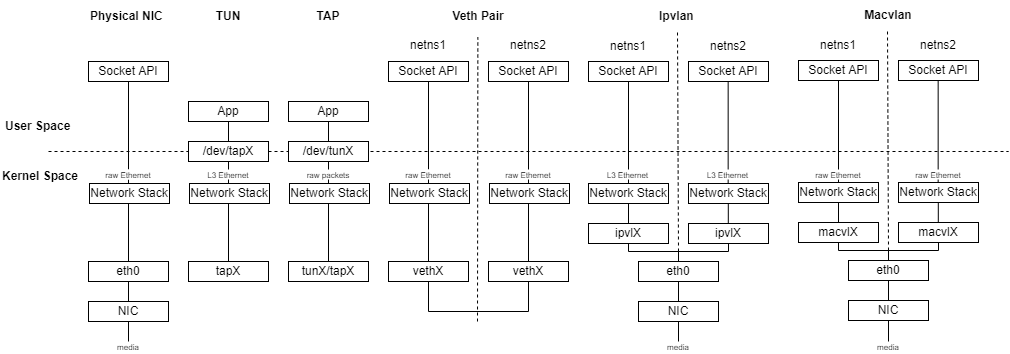
Above: media/container_network.drawio.png in davideandres95/Performance_models_of_container_networks (draw.io), before the change. Source tidied: cells renumbered, new cells last; positions are measured from the earlier drawing's top-left corner, leaving out a move shared by most shapes.
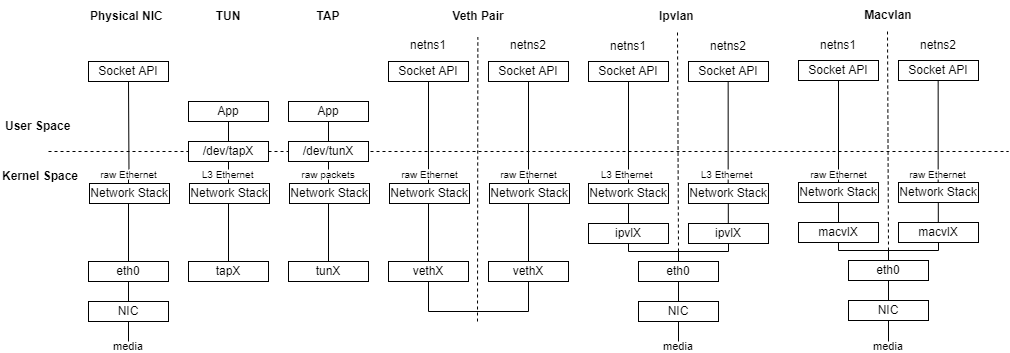
After the commit.

Change to the diagram source:
```diff
@@ -14,10 +14,12 @@
     <mxCell id="5" style="endArrow=none;html=1;rounded=0;entryX=0.5;entryY=1;entryDx=0;entryDy=0;exitX=0.5;exitY=0;exitDx=0;exitDy=0;" parent="1" edge="1" source="22" target="24">
       <mxGeometry relative="1" as="geometry" />
     </mxCell>
-    <mxCell id="6" style="endArrow=none;html=1;rounded=0;entryX=0.5;entryY=1;entryDx=0;entryDy=0;exitX=0.5;exitY=0;exitDx=0;exitDy=0;" parent="1" edge="1" source="15" target="16">
-      <mxGeometry relative="1" as="geometry" />
+    <mxCell id="6" style="endArrow=none;html=1;rounded=0;entryX=0.5;entryY=1;entryDx=0;entryDy=0;exitX=0.5;exitY=0;exitDx=0;exitDy=0;" parent="1" edge="1" source="15">
+      <mxGeometry relative="1" as="geometry">
+        <mxPoint x="128" y="179" as="targetPoint" />
+      </mxGeometry>
     </mxCell>
-    <mxCell id="7" style="endArrow=none;html=1;rounded=0;entryX=0.5;entryY=1;entryDx=0;entryDy=0;startArrow=none;" parent="1" edge="1" source="16" target="14">
+    <mxCell id="7" style="endArrow=none;html=1;rounded=0;entryX=0.5;entryY=1;entryDx=0;entryDy=0;startArrow=none;" parent="1" edge="1" source="92" target="14">
       <mxGeometry relative="1" as="geometry" />
     </mxCell>
     <mxCell id="8" style="endArrow=none;dashed=1;html=1;rounded=0;startArrow=none;" parent="1" edge="1" source="20">
@@ -43,12 +45,9 @@
     <mxCell id="14" value="Socket API" style="rounded=0;whiteSpace=wrap;html=1;" parent="1" vertex="1">
       <mxGeometry x="88" y="61" width="80" height="20" as="geometry" />
     </mxCell>
-    <mxCell id="15" value="&lt;font style=&quot;font-size: 8px;&quot;&gt;media&lt;/font&gt;" style="text;html=1;strokeColor=none;fillColor=none;align=center;verticalAlign=middle;whiteSpace=wrap;rounded=0;" parent="1" vertex="1">
+    <mxCell id="15" value="&lt;font style=&quot;font-size: 11px;&quot;&gt;media&lt;/font&gt;" style="text;html=1;strokeColor=none;fillColor=none;align=center;verticalAlign=middle;whiteSpace=wrap;rounded=0;fontSize=11;" parent="1" vertex="1">
       <mxGeometry x="108" y="341" width="40" height="10" as="geometry" />
     </mxCell>
-    <mxCell id="16" value="&lt;font style=&quot;font-size: 8px;&quot;&gt;raw Ethernet&lt;/font&gt;" style="text;html=1;strokeColor=none;fillColor=default;align=center;verticalAlign=middle;whiteSpace=wrap;rounded=0;" parent="1" vertex="1">
-      <mxGeometry x="103" y="169" width="50" height="10" as="geometry" />
-    </mxCell>
     <mxCell id="17" value="tapX" style="rounded=0;whiteSpace=wrap;html=1;" parent="1" vertex="1">
       <mxGeometry x="188" y="261" width="80" height="20" as="geometry" />
     </mxCell>
@@ -66,7 +65,7 @@
         <mxPoint x="48" y="151" as="sourcePoint" />
       </mxGeometry>
     </mxCell>
-    <mxCell id="22" value="tunX/tapX" style="rounded=0;whiteSpace=wrap;html=1;" parent="1" vertex="1">
+    <mxCell id="22" value="tunX" style="rounded=0;whiteSpace=wrap;html=1;" parent="1" vertex="1">
       <mxGeometry x="288" y="261" width="80" height="20" as="geometry" />
     </mxCell>
     <mxCell id="23" value="Network Stack" style="rounded=0;whiteSpace=wrap;html=1;" parent="1" vertex="1">
@@ -78,8 +77,10 @@
     <mxCell id="25" value="/dev/tunX" style="rounded=0;whiteSpace=wrap;html=1;" parent="1" vertex="1">
       <mxGeometry x="288" y="141" width="80" height="20" as="geometry" />
     </mxCell>
-    <mxCell id="26" style="endArrow=none;html=1;rounded=0;entryX=0.5;entryY=1;entryDx=0;entryDy=0;exitX=0.5;exitY=0;exitDx=0;exitDy=0;startArrow=none;" parent="1" edge="1" source="30" target="27">
-      <mxGeometry relative="1" as="geometry" />
+    <mxCell id="26" style="endArrow=none;html=1;rounded=0;entryX=0.5;entryY=1;entryDx=0;entryDy=0;exitX=0.5;exitY=0;exitDx=0;exitDy=0;startArrow=none;" parent="1" edge="1" target="27">
+      <mxGeometry relative="1" as="geometry">
+        <mxPoint x="428" y="169" as="sourcePoint" />
+      </mxGeometry>
     </mxCell>
     <mxCell id="27" value="Socket API" style="rounded=0;whiteSpace=wrap;html=1;" parent="1" vertex="1">
       <mxGeometry x="388" y="61" width="80" height="20" as="geometry" />
@@ -95,15 +96,11 @@
         </Array>
       </mxGeometry>
     </mxCell>
-    <mxCell id="30" value="&lt;font style=&quot;font-size: 8px;&quot;&gt;raw Ethernet&lt;/font&gt;" style="text;html=1;strokeColor=none;fillColor=default;align=center;verticalAlign=middle;whiteSpace=wrap;rounded=0;" parent="1" vertex="1">
-      <mxGeometry x="403" y="169" width="50" height="10" as="geometry" />
-    </mxCell>
-    <mxCell id="31" style="endArrow=none;html=1;rounded=0;entryX=0.5;entryY=1;entryDx=0;entryDy=0;exitX=0.5;exitY=0;exitDx=0;exitDy=0;" parent="1" edge="1" source="33" target="30">
-      <mxGeometry relative="1" as="geometry" />
+    <mxCell id="31" style="endArrow=none;html=1;rounded=0;entryX=0.5;entryY=1;entryDx=0;entryDy=0;exitX=0.5;exitY=0;exitDx=0;exitDy=0;" parent="1" edge="1" source="33">
+      <mxGeometry relative="1" as="geometry">
+        <mxPoint x="428" y="179" as="targetPoint" />
+      </mxGeometry>
     </mxCell>
-    <mxCell id="32" value="&lt;font style=&quot;font-size: 8px;&quot;&gt;raw Ethernet&lt;/font&gt;" style="text;html=1;strokeColor=none;fillColor=default;align=center;verticalAlign=middle;whiteSpace=wrap;rounded=0;" parent="1" vertex="1">
-      <mxGeometry x="503" y="169" width="50" height="10" as="geometry" />
-    </mxCell>
     <mxCell id="33" value="vethX" style="rounded=0;whiteSpace=wrap;html=1;" parent="1" vertex="1">
       <mxGeometry x="388" y="261" width="80" height="20" as="geometry" />
     </mxCell>
@@ -121,10 +118,10 @@
         <mxPoint x="477" y="321" as="sourcePoint" />
       </mxGeometry>
     </mxCell>
-    <mxCell id="38" value="&lt;font style=&quot;font-size: 8px; line-height: 0.8;&quot;&gt;L3 Ethernet&amp;nbsp;&lt;/font&gt;" style="text;html=1;align=center;verticalAlign=middle;whiteSpace=wrap;rounded=0;fillColor=default;" parent="1" vertex="1">
+    <mxCell id="38" value="&lt;font style=&quot;font-size: 10px; line-height: 0.8;&quot;&gt;L3 Ethernet&amp;nbsp;&lt;/font&gt;" style="text;html=1;align=center;verticalAlign=middle;whiteSpace=wrap;rounded=0;fillColor=default;fontSize=10;" parent="1" vertex="1">
       <mxGeometry x="164" y="169" width="130" height="10" as="geometry" />
     </mxCell>
-    <mxCell id="39" value="&lt;font style=&quot;font-size: 8px; line-height: 0.8;&quot;&gt;raw packets&lt;/font&gt;" style="text;html=1;strokeColor=none;fillColor=default;align=center;verticalAlign=middle;whiteSpace=wrap;rounded=0;" parent="1" vertex="1">
+    <mxCell id="39" value="&lt;font style=&quot;font-size: 10px; line-height: 0.8;&quot;&gt;raw packets&lt;/font&gt;" style="text;html=1;strokeColor=none;fillColor=default;align=center;verticalAlign=middle;whiteSpace=wrap;rounded=0;fontSize=10;" parent="1" vertex="1">
       <mxGeometry x="263" y="169" width="130" height="10" as="geometry" />
     </mxCell>
     <mxCell id="40" value="&lt;b&gt;Physical NIC&lt;/b&gt;" style="text;html=1;strokeColor=none;fillColor=none;align=left;verticalAlign=middle;whiteSpace=wrap;rounded=0;" parent="1" vertex="1">
@@ -169,8 +166,8 @@
     <mxCell id="52" value="Network Stack" style="rounded=0;whiteSpace=wrap;html=1;" parent="1" vertex="1">
       <mxGeometry x="688" y="183" width="80" height="20" as="geometry" />
     </mxCell>
-    <mxCell id="53" value="&lt;font style=&quot;font-size: 8px; line-height: 0.8;&quot;&gt;L3 Ethernet&amp;nbsp;&lt;/font&gt;" style="text;html=1;align=center;verticalAlign=middle;whiteSpace=wrap;rounded=0;fillColor=default;" parent="1" vertex="1">
-      <mxGeometry x="600.5" y="169" width="55" height="10" as="geometry" />
+    <mxCell id="53" value="&lt;font style=&quot;font-size: 10px; line-height: 0.8;&quot;&gt;L3 Ethernet&amp;nbsp;&lt;/font&gt;" style="text;html=1;align=center;verticalAlign=middle;whiteSpace=wrap;rounded=0;fillColor=default;fontSize=10;" parent="1" vertex="1">
+      <mxGeometry x="588" y="169" width="80" height="10" as="geometry" />
     </mxCell>
     <mxCell id="54" style="endArrow=none;html=1;rounded=0;fontSize=8;entryX=0.5;entryY=1;entryDx=0;entryDy=0;exitX=0.5;exitY=0;exitDx=0;exitDy=0;" parent="1" edge="1" source="48" target="46">
       <mxGeometry relative="1" as="geometry">
@@ -212,8 +209,8 @@
     <mxCell id="61" value="netns2" style="text;html=1;strokeColor=none;fillColor=none;align=center;verticalAlign=middle;whiteSpace=wrap;rounded=0;" parent="1" vertex="1">
       <mxGeometry x="688" y="31" width="80" height="30" as="geometry" />
     </mxCell>
-    <mxCell id="62" value="&lt;font style=&quot;font-size: 8px; line-height: 0.8;&quot;&gt;L3 Ethernet&amp;nbsp;&lt;/font&gt;" style="text;html=1;align=center;verticalAlign=middle;whiteSpace=wrap;rounded=0;fillColor=default;" parent="1" vertex="1">
-      <mxGeometry x="700.5" y="169" width="55" height="10" as="geometry" />
+    <mxCell id="62" value="&lt;font style=&quot;font-size: 10px; line-height: 0.8;&quot;&gt;L3 Ethernet&amp;nbsp;&lt;/font&gt;" style="text;html=1;align=center;verticalAlign=middle;whiteSpace=wrap;rounded=0;fillColor=default;fontSize=10;" parent="1" vertex="1">
+      <mxGeometry x="688" y="169" width="80" height="10" as="geometry" />
     </mxCell>
     <mxCell id="63" value="&lt;b&gt;Ipvlan&amp;nbsp;&lt;/b&gt;" style="text;html=1;strokeColor=none;fillColor=none;align=center;verticalAlign=middle;whiteSpace=wrap;rounded=0;" parent="1" vertex="1">
       <mxGeometry x="623" y="1" width="110" height="30" as="geometry" />
@@ -300,20 +297,34 @@
     <mxCell id="84" value="netns2" style="text;html=1;strokeColor=none;fillColor=none;align=center;verticalAlign=middle;whiteSpace=wrap;rounded=0;" parent="1" vertex="1">
       <mxGeometry x="488" y="30" width="80" height="30" as="geometry" />
     </mxCell>
-    <mxCell id="85" value="&lt;font style=&quot;font-size: 8px;&quot;&gt;raw Ethernet&lt;/font&gt;" style="text;html=1;strokeColor=none;fillColor=default;align=center;verticalAlign=middle;whiteSpace=wrap;rounded=0;" parent="1" vertex="1">
-      <mxGeometry x="813" y="169" width="50" height="10" as="geometry" />
-    </mxCell>
-    <mxCell id="86" value="&lt;font style=&quot;font-size: 8px;&quot;&gt;raw Ethernet&lt;/font&gt;" style="text;html=1;strokeColor=none;fillColor=default;align=center;verticalAlign=middle;whiteSpace=wrap;rounded=0;" parent="1" vertex="1">
-      <mxGeometry x="913" y="169" width="50" height="10" as="geometry" />
-    </mxCell>
-    <mxCell id="87" value="&lt;font style=&quot;font-size: 8px;&quot;&gt;media&lt;/font&gt;" style="text;html=1;strokeColor=none;fillColor=none;align=center;verticalAlign=middle;whiteSpace=wrap;rounded=0;" parent="1" vertex="1">
+    <mxCell id="87" value="&lt;font style=&quot;font-size: 11px;&quot;&gt;media&lt;/font&gt;" style="text;html=1;strokeColor=none;fillColor=none;align=center;verticalAlign=middle;whiteSpace=wrap;rounded=0;fontSize=11;" parent="1" vertex="1">
       <mxGeometry x="658" y="341" width="40" height="10" as="geometry" />
     </mxCell>
-    <mxCell id="88" value="&lt;font style=&quot;font-size: 8px;&quot;&gt;media&lt;/font&gt;" style="text;html=1;strokeColor=none;fillColor=none;align=center;verticalAlign=middle;whiteSpace=wrap;rounded=0;" parent="1" vertex="1">
+    <mxCell id="88" value="&lt;font style=&quot;font-size: 11px;&quot;&gt;media&lt;/font&gt;" style="text;html=1;strokeColor=none;fillColor=none;align=center;verticalAlign=middle;whiteSpace=wrap;rounded=0;fontSize=11;" parent="1" vertex="1">
       <mxGeometry x="868" y="341" width="40" height="10" as="geometry" />
     </mxCell>
     <mxCell id="89" style="endArrow=none;html=1;rounded=0;fontSize=8;entryX=0.5;entryY=1;entryDx=0;entryDy=0;exitX=0.5;exitY=0;exitDx=0;exitDy=0;" parent="1" edge="1" source="87" target="45">
       <mxGeometry relative="1" as="geometry" />
     </mxCell>
+    <mxCell id="90" value="&lt;font style=&quot;font-size: 10px;&quot;&gt;raw Ethernet&lt;/font&gt;" style="text;html=1;strokeColor=none;fillColor=default;align=center;verticalAlign=middle;whiteSpace=wrap;rounded=0;fontSize=10;" parent="1" vertex="1">
+      <mxGeometry x="392" y="169" width="75" height="10" as="geometry" />
+    </mxCell>
+    <mxCell id="91" style="endArrow=none;html=1;rounded=0;entryX=0.5;entryY=1;entryDx=0;entryDy=0;startArrow=none;" parent="1" edge="1" target="92">
+      <mxGeometry relative="1" as="geometry">
+        <mxPoint x="128" y="169" as="sourcePoint" />
+      </mxGeometry>
+    </mxCell>
+    <mxCell id="92" value="&lt;font style=&quot;font-size: 10px;&quot;&gt;raw Ethernet&lt;/font&gt;" style="text;html=1;strokeColor=none;fillColor=default;align=center;verticalAlign=middle;whiteSpace=wrap;rounded=0;fontSize=10;" parent="1" vertex="1">
+      <mxGeometry x="91" y="169" width="75" height="10" as="geometry" />
+    </mxCell>
+    <mxCell id="93" value="&lt;font style=&quot;font-size: 10px;&quot;&gt;raw Ethernet&lt;/font&gt;" style="text;html=1;strokeColor=none;fillColor=default;align=center;verticalAlign=middle;whiteSpace=wrap;rounded=0;fontSize=10;" parent="1" vertex="1">
+      <mxGeometry x="490.5" y="169" width="75" height="10" as="geometry" />
+    </mxCell>
+    <mxCell id="94" value="&lt;font style=&quot;font-size: 10px;&quot;&gt;raw Ethernet&lt;/font&gt;" style="text;html=1;strokeColor=none;fillColor=default;align=center;verticalAlign=middle;whiteSpace=wrap;rounded=0;fontSize=10;" parent="1" vertex="1">
+      <mxGeometry x="801.2" y="169" width="75" height="10" as="geometry" />
+    </mxCell>
+    <mxCell id="95" value="&lt;font style=&quot;font-size: 10px;&quot;&gt;raw Ethernet&lt;/font&gt;" style="text;html=1;strokeColor=none;fillColor=default;align=center;verticalAlign=middle;whiteSpace=wrap;rounded=0;fontSize=10;" parent="1" vertex="1">
+      <mxGeometry x="899.8" y="169" width="75" height="10" as="geometry" />
+    </mxCell>
   </root>
 </mxGraphModel>
```
